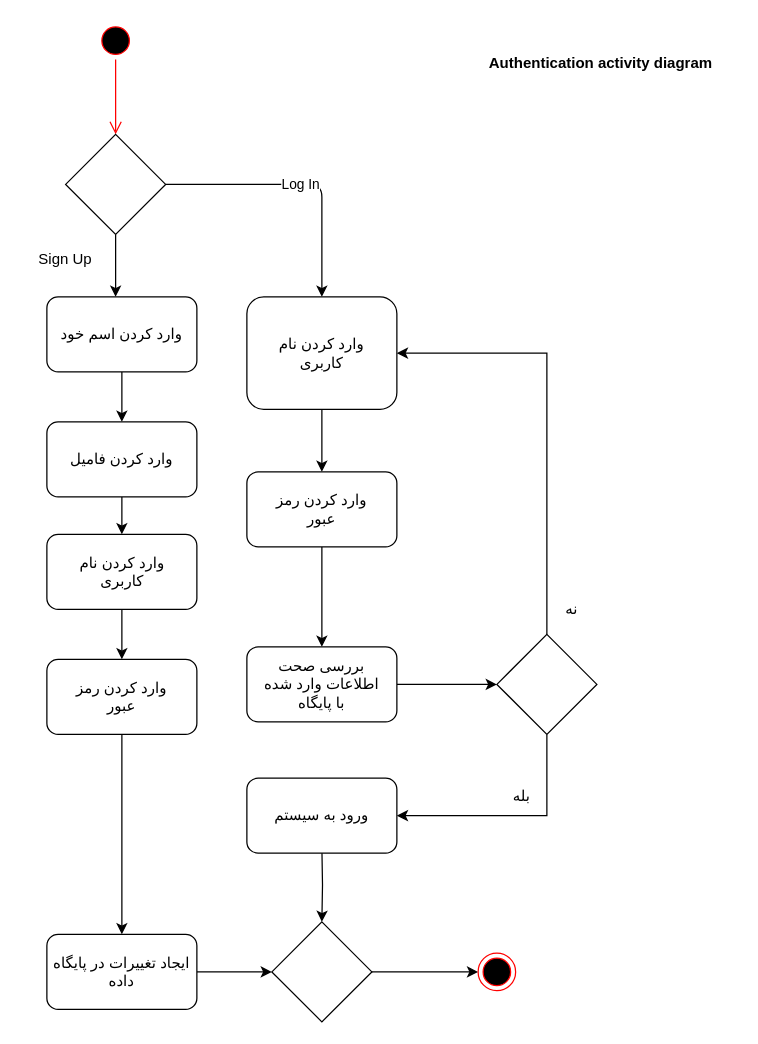
Before: Docs./ActivityDiagram-Auth.drawio in ShadiMe-flutter/Workout, a draw.io diagram. Source tidied: cells renumbered, new cells numbered last; positions are measured from the earlier drawing's top-left corner, leaving out a move shared by most shapes. Both pictures are drawn from the tidied source at 125%, with x=0, y=0 at pixel (21, 21).
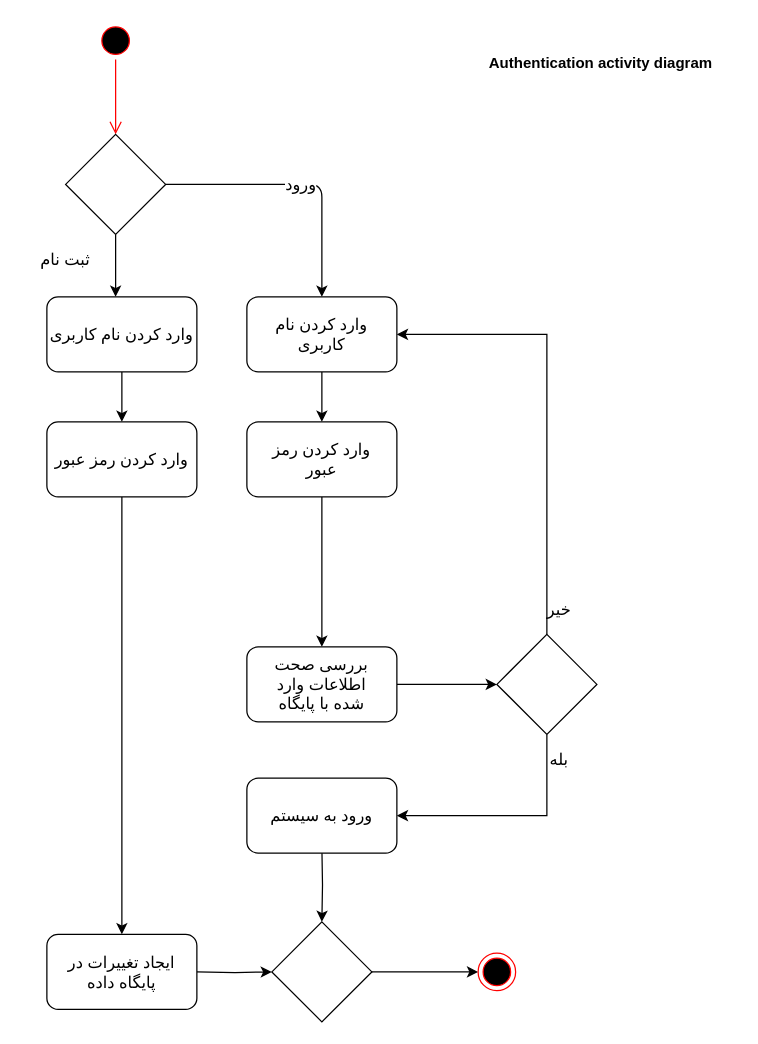
The same diagram, later.

The change refers to these unchanged cells:
```xml
<mxCell id="5" style="rhombus;whiteSpace=wrap;html=1;" parent="1" vertex="1">
  <mxGeometry x="35" y="90" width="80" height="80" as="geometry" />
</mxCell>
<mxCell id="30" style="rhombus;whiteSpace=wrap;html=1;" parent="1" vertex="1">
  <mxGeometry x="200" y="720" width="80" height="80" as="geometry" />
</mxCell>
<mxCell id="35" style="rhombus;whiteSpace=wrap;html=1;" parent="1" vertex="1">
  <mxGeometry x="380" y="490" width="80" height="80" as="geometry" />
</mxCell>
```

Change to the diagram source:
```diff
@@
-    <mxCell id="6" value="وارد کردن اسم خود" style="rounded=1;whiteSpace=wrap;html=1;" parent="1" vertex="1">
+    <mxCell id="6" value="&lt;font face=&quot;B Zar&quot; style=&quot;font-size: 13px&quot;&gt;وارد کردن نام کاربری&lt;/font&gt;" style="rounded=1;whiteSpace=wrap;html=1;" parent="1" vertex="1">
       <mxGeometry x="20" y="220" width="120" height="60" as="geometry" />
     </mxCell>
-    <mxCell id="7" value="وارد کردن فامیل" style="rounded=1;whiteSpace=wrap;html=1;" parent="1" vertex="1">
+    <mxCell id="7" value="&lt;font face=&quot;B Zar&quot; style=&quot;font-size: 13px&quot;&gt;وارد کردن رمز عبور&lt;/font&gt;" style="rounded=1;whiteSpace=wrap;html=1;" parent="1" vertex="1">
       <mxGeometry x="20" y="320" width="120" height="60" as="geometry" />
     </mxCell>
-    <mxCell id="8" style="rounded=1;whiteSpace=wrap;html=1;" parent="1" vertex="1">
-      <mxGeometry x="20" y="410" width="120" height="60" as="geometry" />
-    </mxCell>
-    <mxCell id="9" style="rounded=1;whiteSpace=wrap;html=1;" parent="1" vertex="1">
-      <mxGeometry x="20" y="510" width="120" height="60" as="geometry" />
-    </mxCell>
-    <mxCell id="10" style="edgeStyle=orthogonalEdgeStyle;rounded=0;jettySize=auto;html=1;exitX=0.5;exitY=1;exitDx=0;exitDy=0;" parent="1" edge="1" source="9">
+    <mxCell id="10" style="edgeStyle=orthogonalEdgeStyle;rounded=0;jettySize=auto;html=1;exitX=0.5;exitY=1;exitDx=0;exitDy=0;" parent="1" edge="1" source="7">
       <mxGeometry relative="1" as="geometry">
         <mxPoint x="80" y="730" as="targetPoint" />
       </mxGeometry>
     </mxCell>
-    <mxCell id="11" style="edgeStyle=orthogonalEdgeStyle;rounded=0;jettySize=auto;html=1;entryX=0;entryY=0.5;entryDx=0;entryDy=0;" parent="1" edge="1" source="12" target="30">
-      <mxGeometry relative="1" as="geometry" />
+    <mxCell id="11" style="edgeStyle=orthogonalEdgeStyle;rounded=0;jettySize=auto;html=1;entryX=0;entryY=0.5;entryDx=0;entryDy=0;" parent="1" edge="1" target="30">
+      <mxGeometry relative="1" as="geometry">
+        <mxPoint x="140" y="760" as="sourcePoint" />
+      </mxGeometry>
     </mxCell>
-    <mxCell id="12" value="ایجاد تغییرات در پایگاه داده" style="rounded=1;whiteSpace=wrap;html=1;" parent="1" vertex="1">
-      <mxGeometry x="20" y="730" width="120" height="60" as="geometry" />
-    </mxCell>
-    <mxCell id="13" style="endArrow=classic;html=1;entryX=0.5;entryY=0;entryDx=0;entryDy=0;exitX=0.5;exitY=1;exitDx=0;exitDy=0;" parent="1" edge="1" source="8" target="9">
-      <mxGeometry relative="1" as="geometry" />
-    </mxCell>
-    <mxCell id="14" style="endArrow=classic;html=1;entryX=0.5;entryY=0;entryDx=0;entryDy=0;" parent="1" edge="1" target="8">
-      <mxGeometry relative="1" as="geometry">
-        <mxPoint x="80" y="380" as="sourcePoint" />
-      </mxGeometry>
-    </mxCell>
@@
-    <mxCell id="16" value="Log In" style="endArrow=classic;html=1;exitX=1;exitY=0.5;exitDx=0;exitDy=0;entryX=0.5;entryY=0;entryDx=0;entryDy=0;" parent="1" edge="1" source="5" target="18">
+    <mxCell id="16" value="&lt;font face=&quot;B Zar&quot; style=&quot;font-size: 13px&quot;&gt;ورود&lt;/font&gt;" style="endArrow=classic;html=1;exitX=1;exitY=0.5;exitDx=0;exitDy=0;entryX=0.5;entryY=0;entryDx=0;entryDy=0;" parent="1" edge="1" source="5" target="18">
       <mxGeometry relative="1" as="geometry">
         <Array as="points">
           <mxPoint x="240" y="130" />
         </Array>
       </mxGeometry>
     </mxCell>
@@
     <mxCell id="18" style="rounded=1;whiteSpace=wrap;html=1;" parent="1" vertex="1">
-      <mxGeometry x="180" y="220" width="120" height="90" as="geometry" />
+      <mxGeometry x="180" y="220" width="120" height="60" as="geometry" />
     </mxCell>
@@
     <mxCell id="20" style="rounded=1;whiteSpace=wrap;html=1;" parent="1" vertex="1">
-      <mxGeometry x="180" y="360" width="120" height="60" as="geometry" />
+      <mxGeometry x="180" y="320" width="120" height="60" as="geometry" />
     </mxCell>
@@
-    <mxCell id="24" value="وارد کردن نام کاربری" style="text;html=1;strokeColor=none;fillColor=none;align=center;verticalAlign=middle;whiteSpace=wrap;rounded=0;" parent="1" vertex="1">
-      <mxGeometry x="200" y="235" width="80" height="60" as="geometry" />
+    <mxCell id="24" value="&lt;font style=&quot;font-size: 13px&quot; face=&quot;B Zar&quot;&gt;وارد کردن نام کاربری&lt;/font&gt;" style="text;html=1;strokeColor=none;fillColor=none;align=center;verticalAlign=middle;whiteSpace=wrap;rounded=0;" parent="1" vertex="1">
+      <mxGeometry x="200" y="220" width="80" height="60" as="geometry" />
     </mxCell>
-    <mxCell id="25" value="وارد کردن رمز عبور" style="text;html=1;strokeColor=none;fillColor=none;align=center;verticalAlign=middle;whiteSpace=wrap;rounded=0;" parent="1" vertex="1">
-      <mxGeometry x="190" y="370" width="100" height="40" as="geometry" />
+    <mxCell id="25" value="&lt;font face=&quot;B Zar&quot; style=&quot;font-size: 13px&quot;&gt;وارد کردن رمز عبور&lt;/font&gt;" style="text;html=1;strokeColor=none;fillColor=none;align=center;verticalAlign=middle;whiteSpace=wrap;rounded=0;" parent="1" vertex="1">
+      <mxGeometry x="190" y="330" width="100" height="40" as="geometry" />
     </mxCell>
-    <mxCell id="26" value="بررسی صحت اطلاعات وارد شده با پایگاه" style="text;html=1;strokeColor=none;fillColor=none;align=center;verticalAlign=middle;whiteSpace=wrap;rounded=0;" parent="1" vertex="1">
+    <mxCell id="26" value="&lt;font face=&quot;B Zar&quot; style=&quot;font-size: 13px&quot;&gt;بررسی صحت اطلاعات وارد شده با پایگاه&lt;/font&gt;" style="text;html=1;strokeColor=none;fillColor=none;align=center;verticalAlign=middle;whiteSpace=wrap;rounded=0;" parent="1" vertex="1">
       <mxGeometry x="190" y="510" width="100" height="40" as="geometry" />
     </mxCell>
-    <mxCell id="27" value="وارد کردن رمز عبور" style="text;html=1;strokeColor=none;fillColor=none;align=center;verticalAlign=middle;whiteSpace=wrap;rounded=0;" parent="1" vertex="1">
-      <mxGeometry x="30" y="520" width="100" height="40" as="geometry" />
-    </mxCell>
-    <mxCell id="28" value="وارد کردن نام کاربری" style="text;html=1;strokeColor=none;fillColor=none;align=center;verticalAlign=middle;whiteSpace=wrap;rounded=0;" parent="1" vertex="1">
-      <mxGeometry x="27.5" y="417.5" width="105" height="45" as="geometry" />
-    </mxCell>
@@
-    <mxCell id="32" value="Sign Up" style="text;html=1;strokeColor=none;fillColor=none;align=center;verticalAlign=middle;whiteSpace=wrap;rounded=0;rotation=0;" parent="1" vertex="1">
+    <mxCell id="32" value="&lt;font face=&quot;B Zar&quot; style=&quot;font-size: 13px&quot;&gt;ثبت نام&lt;/font&gt;" style="text;html=1;strokeColor=none;fillColor=none;align=center;verticalAlign=middle;whiteSpace=wrap;rounded=0;rotation=0;" parent="1" vertex="1">
       <mxGeometry y="180" width="70" height="20" as="geometry" />
     </mxCell>
@@
     <mxCell id="34" style="edgeStyle=orthogonalEdgeStyle;rounded=0;jettySize=auto;html=1;entryX=1;entryY=0.5;entryDx=0;entryDy=0;" parent="1" edge="1" source="35" target="18">
       <mxGeometry relative="1" as="geometry">
         <Array as="points">
-          <mxPoint x="420" y="265" />
+          <mxPoint x="420" y="250" />
         </Array>
       </mxGeometry>
     </mxCell>
@@
-    <mxCell id="36" value="ورود به سیستم" style="rounded=1;whiteSpace=wrap;html=1;" parent="1" vertex="1">
+    <mxCell id="36" value="&lt;font face=&quot;B Zar&quot; style=&quot;font-size: 13px&quot;&gt;ورود به سیستم&lt;/font&gt;" style="rounded=1;whiteSpace=wrap;html=1;" parent="1" vertex="1">
       <mxGeometry x="180" y="605" width="120" height="60" as="geometry" />
     </mxCell>
-    <mxCell id="37" value="بله" style="text;html=1;strokeColor=none;fillColor=none;align=center;verticalAlign=middle;whiteSpace=wrap;rounded=0;" parent="1" vertex="1">
-      <mxGeometry x="380" y="610" width="40" height="20" as="geometry" />
+    <mxCell id="37" value="&lt;font style=&quot;font-size: 13px&quot; face=&quot;B Zar&quot;&gt;بله&lt;/font&gt;" style="text;html=1;strokeColor=none;fillColor=none;align=center;verticalAlign=middle;whiteSpace=wrap;rounded=0;" parent="1" vertex="1">
+      <mxGeometry x="410" y="580" width="40" height="20" as="geometry" />
     </mxCell>
-    <mxCell id="38" value="نه" style="text;html=1;strokeColor=none;fillColor=none;align=center;verticalAlign=middle;whiteSpace=wrap;rounded=0;" parent="1" vertex="1">
-      <mxGeometry x="420" y="460" width="40" height="20" as="geometry" />
+    <mxCell id="38" value="&lt;font face=&quot;B Zar&quot; style=&quot;font-size: 13px&quot;&gt;خیر&lt;/font&gt;" style="text;html=1;strokeColor=none;fillColor=none;align=center;verticalAlign=middle;whiteSpace=wrap;rounded=0;" parent="1" vertex="1">
+      <mxGeometry x="410" y="460" width="40" height="20" as="geometry" />
     </mxCell>
@@
+    <mxCell id="12" value="&lt;font face=&quot;B Zar&quot; style=&quot;font-size: 13px&quot;&gt;ایجاد تغییرات در پایگاه داده&lt;/font&gt;" style="rounded=1;whiteSpace=wrap;html=1;" parent="1" vertex="1">
+      <mxGeometry x="20" y="730" width="120" height="60" as="geometry" />
+    </mxCell>
```
